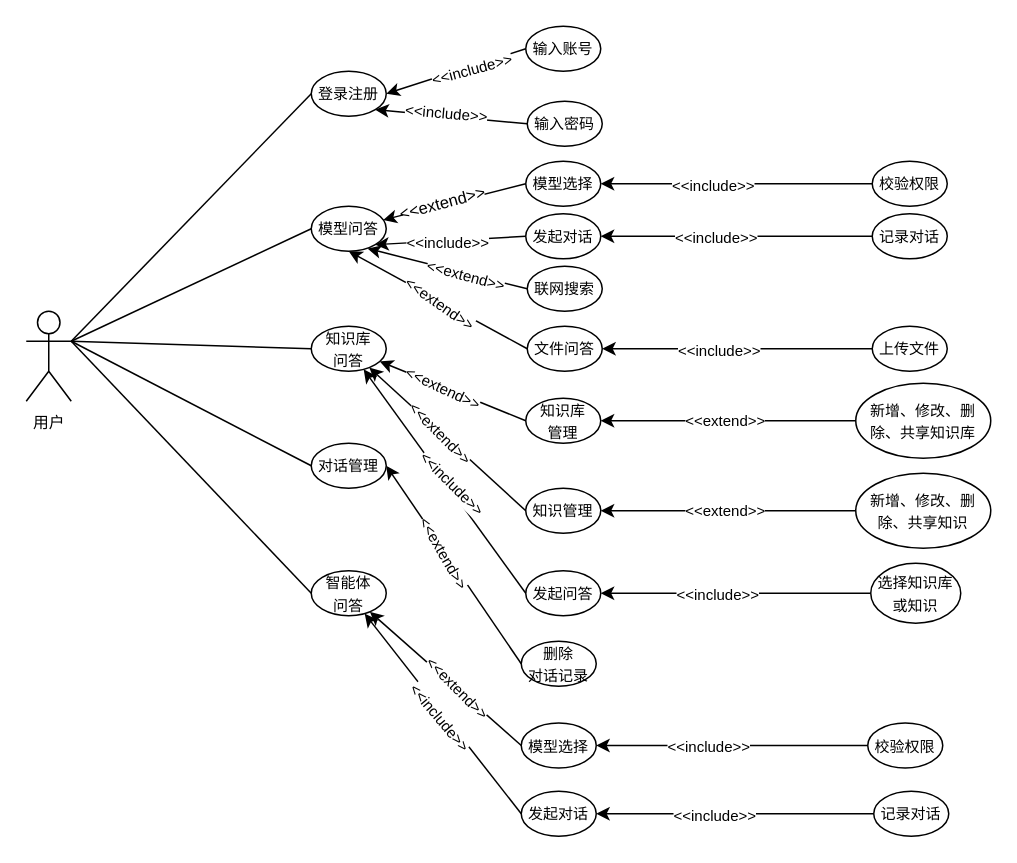
The draw.io diagram page "第 1 页" (1 of 3) of 用户用例图.drawio in Chentx1243/draw.io, before the edit. Source tidied: cells renumbered, new cells numbered last; positions are measured from the earlier drawing's top-left corner, leaving out a move shared by most shapes. Both pictures are drawn from the tidied source at 150%, with x=0, y=0 at pixel (26, 26).
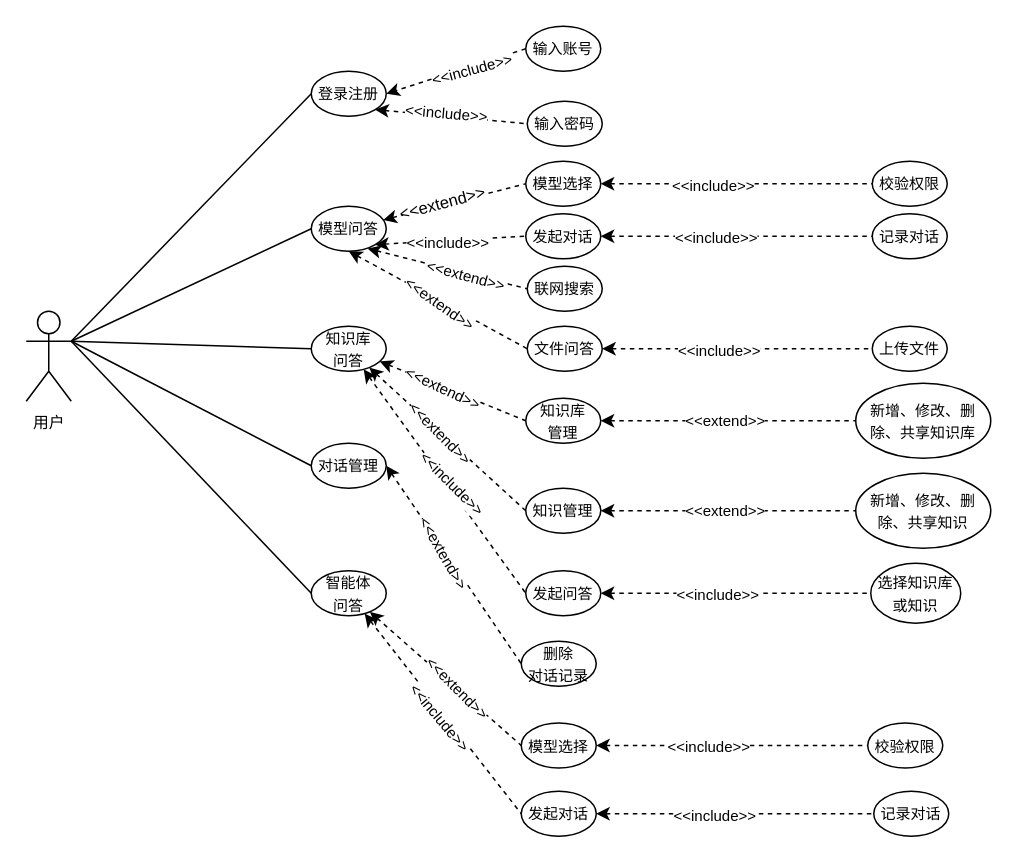
The same diagram, later.

Unchanged cells that the change refers to:
```xml
<mxCell id="2" style="group;" parent="1" vertex="1">
<mxCell id="11" value="&lt;font face=&quot;宋体&quot;&gt;&lt;span style=&quot;font-size: 10px;&quot;&gt;知识库&lt;/span&gt;&lt;/font&gt;&lt;div&gt;&lt;font face=&quot;宋体&quot;&gt;&lt;span style=&quot;font-size: 10px;&quot;&gt;管理&lt;/span&gt;&lt;/font&gt;&lt;/div&gt;" style="ellipse;whiteSpace=wrap;html=1;" parent="2" vertex="1">
<mxCell id="12" value="&lt;font face=&quot;宋体&quot;&gt;&lt;span style=&quot;font-size: 10px;&quot;&gt;知识管理&lt;/span&gt;&lt;/font&gt;" style="ellipse;whiteSpace=wrap;html=1;" parent="2" vertex="1">
<mxCell id="13" value="&lt;font face=&quot;宋体&quot;&gt;&lt;span style=&quot;font-size: 10px;&quot;&gt;发起问答&lt;/span&gt;&lt;/font&gt;" style="ellipse;whiteSpace=wrap;html=1;" parent="2" vertex="1">
<mxCell id="20" value="&lt;font face=&quot;宋体&quot;&gt;&lt;span style=&quot;font-size: 10px;&quot;&gt;知识库&lt;/span&gt;&lt;/font&gt;&lt;div&gt;&lt;font face=&quot;宋体&quot;&gt;&lt;span style=&quot;font-size: 10px;&quot;&gt;问答&lt;/span&gt;&lt;/font&gt;&lt;/div&gt;" style="ellipse;whiteSpace=wrap;html=1;" parent="2" vertex="1">
<mxCell id="21" value="&lt;font face=&quot;宋体&quot;&gt;&lt;span style=&quot;font-size: 10px;&quot;&gt;新增、修改、删除、共享知识库&lt;/span&gt;&lt;/font&gt;" style="ellipse;whiteSpace=wrap;html=1;" parent="2" vertex="1">
<mxCell id="22" value="&lt;font face=&quot;宋体&quot;&gt;&lt;span style=&quot;font-size: 10px;&quot;&gt;新增、修改、删除、共享知识&lt;/span&gt;&lt;/font&gt;" style="ellipse;whiteSpace=wrap;html=1;" parent="2" vertex="1">
<mxCell id="25" value="&lt;font face=&quot;宋体&quot;&gt;&lt;span style=&quot;font-size: 10px;&quot;&gt;选择知识库或知识&lt;/span&gt;&lt;/font&gt;" style="ellipse;whiteSpace=wrap;html=1;" parent="2" vertex="1">
<mxCell id="28" value="&lt;font face=&quot;宋体&quot;&gt;&lt;span style=&quot;font-size: 10px;&quot;&gt;对话管理&lt;/span&gt;&lt;/font&gt;" style="ellipse;whiteSpace=wrap;html=1;" parent="2" vertex="1">
<mxCell id="29" value="&lt;font face=&quot;宋体&quot;&gt;&lt;span style=&quot;font-size: 10px;&quot;&gt;删除&lt;/span&gt;&lt;/font&gt;&lt;div&gt;&lt;font face=&quot;宋体&quot;&gt;&lt;span style=&quot;font-size: 10px;&quot;&gt;对话记录&lt;/span&gt;&lt;/font&gt;&lt;/div&gt;" style="ellipse;whiteSpace=wrap;html=1;" parent="2" vertex="1">
<mxCell id="40" value="&lt;font face=&quot;宋体&quot;&gt;&lt;span style=&quot;font-size: 10px;&quot;&gt;模型问答&lt;/span&gt;&lt;/font&gt;" style="ellipse;whiteSpace=wrap;html=1;" parent="2" vertex="1">
<mxCell id="43" value="&lt;font face=&quot;宋体&quot;&gt;&lt;span style=&quot;font-size: 10px;&quot;&gt;模型选择&lt;/span&gt;&lt;/font&gt;" style="ellipse;whiteSpace=wrap;html=1;" parent="2" vertex="1">
<mxCell id="46" value="&lt;font face=&quot;宋体&quot;&gt;&lt;span style=&quot;font-size: 10px;&quot;&gt;发起对话&lt;/span&gt;&lt;/font&gt;" style="ellipse;whiteSpace=wrap;html=1;" parent="2" vertex="1">
<mxCell id="47" value="&lt;font face=&quot;宋体&quot;&gt;&lt;span style=&quot;font-size: 10px;&quot;&gt;联网搜索&lt;/span&gt;&lt;/font&gt;" style="ellipse;whiteSpace=wrap;html=1;" parent="2" vertex="1">
<mxCell id="50" value="&lt;font face=&quot;宋体&quot;&gt;&lt;span style=&quot;font-size: 10px;&quot;&gt;文件问答&lt;/span&gt;&lt;/font&gt;" style="ellipse;whiteSpace=wrap;html=1;" parent="2" vertex="1">
<mxCell id="51" value="&lt;font face=&quot;宋体&quot;&gt;&lt;span style=&quot;font-size: 10px;&quot;&gt;上传文件&lt;/span&gt;&lt;/font&gt;" style="ellipse;whiteSpace=wrap;html=1;" parent="2" vertex="1">
<mxCell id="52" value="&lt;font face=&quot;宋体&quot;&gt;&lt;span style=&quot;font-size: 10px;&quot;&gt;记录对话&lt;/span&gt;&lt;/font&gt;" style="ellipse;whiteSpace=wrap;html=1;" parent="2" vertex="1">
<mxCell id="53" value="&lt;font face=&quot;宋体&quot;&gt;&lt;span style=&quot;font-size: 10px;&quot;&gt;校验权限&lt;/span&gt;&lt;/font&gt;" style="ellipse;whiteSpace=wrap;html=1;" parent="2" vertex="1">
<mxCell id="58" value="&lt;font face=&quot;宋体&quot;&gt;&lt;span style=&quot;font-size: 10px;&quot;&gt;智能体&lt;/span&gt;&lt;/font&gt;&lt;div&gt;&lt;font face=&quot;宋体&quot;&gt;&lt;span style=&quot;font-size: 10px;&quot;&gt;问答&lt;/span&gt;&lt;/font&gt;&lt;/div&gt;" style="ellipse;whiteSpace=wrap;html=1;" parent="2" vertex="1">
<mxCell id="61" value="&lt;font face=&quot;宋体&quot;&gt;&lt;span style=&quot;font-size: 10px;&quot;&gt;发起对话&lt;/span&gt;&lt;/font&gt;" style="ellipse;whiteSpace=wrap;html=1;" parent="2" vertex="1">
<mxCell id="62" value="&lt;font face=&quot;宋体&quot;&gt;&lt;span style=&quot;font-size: 10px;&quot;&gt;记录对话&lt;/span&gt;&lt;/font&gt;" style="ellipse;whiteSpace=wrap;html=1;" parent="2" vertex="1">
<mxCell id="65" value="&lt;font face=&quot;宋体&quot;&gt;&lt;span style=&quot;font-size: 10px;&quot;&gt;模型选择&lt;/span&gt;&lt;/font&gt;" style="ellipse;whiteSpace=wrap;html=1;" parent="2" vertex="1">
<mxCell id="66" value="&lt;font face=&quot;宋体&quot;&gt;&lt;span style=&quot;font-size: 10px;&quot;&gt;校验权限&lt;/span&gt;&lt;/font&gt;" style="ellipse;whiteSpace=wrap;html=1;" parent="2" vertex="1">
<mxCell id="71" value="&lt;font face=&quot;宋体&quot;&gt;&lt;span style=&quot;font-size: 10px;&quot;&gt;登录注册&lt;/span&gt;&lt;/font&gt;" style="ellipse;whiteSpace=wrap;html=1;" parent="2" vertex="1">
<mxCell id="72" value="&lt;font face=&quot;宋体&quot;&gt;&lt;span style=&quot;font-size: 10px;&quot;&gt;输入账号&lt;/span&gt;&lt;/font&gt;" style="ellipse;whiteSpace=wrap;html=1;" parent="2" vertex="1">
<mxCell id="73" value="&lt;font face=&quot;宋体&quot; style=&quot;font-size: 10px;&quot;&gt;输入密码&lt;/font&gt;" style="ellipse;whiteSpace=wrap;html=1;" parent="2" vertex="1">
```

What changed in the source:
```diff
@@
-    <mxCell id="9" style="rounded=0;jettySize=auto;html=1;exitX=1;exitY=0.5;exitDx=0;exitDy=0;entryX=0;entryY=0.5;entryDx=0;entryDy=0;endArrow=none;endFill=0;startArrow=classic;startFill=1;" parent="2" edge="1" source="11" target="21">
+    <mxCell id="9" style="rounded=0;jettySize=auto;html=1;exitX=1;exitY=0.5;exitDx=0;exitDy=0;entryX=0;entryY=0.5;entryDx=0;entryDy=0;endArrow=none;endFill=0;startArrow=classic;startFill=1;dashed=1;" parent="2" edge="1" source="11" target="21">
       <mxGeometry relative="1" as="geometry" />
     </mxCell>
@@
-    <mxCell id="14" style="rounded=0;jettySize=auto;html=1;entryX=0;entryY=0.5;entryDx=0;entryDy=0;fontFamily=宋体;endArrow=none;endFill=0;startArrow=classic;startFill=1;" parent="2" edge="1" source="20" target="11">
+    <mxCell id="14" style="rounded=0;jettySize=auto;html=1;entryX=0;entryY=0.5;entryDx=0;entryDy=0;fontFamily=宋体;endArrow=none;endFill=0;startArrow=classic;startFill=1;dashed=1;" parent="2" edge="1" source="20" target="11">
       <mxGeometry relative="1" as="geometry" />
     </mxCell>
@@
-    <mxCell id="16" style="rounded=0;jettySize=auto;html=1;entryX=0;entryY=0.5;entryDx=0;entryDy=0;endArrow=none;endFill=0;startArrow=classic;startFill=1;" parent="2" edge="1" source="20" target="12">
+    <mxCell id="16" style="rounded=0;jettySize=auto;html=1;entryX=0;entryY=0.5;entryDx=0;entryDy=0;endArrow=none;endFill=0;startArrow=classic;startFill=1;dashed=1;" parent="2" edge="1" source="20" target="12">
       <mxGeometry relative="1" as="geometry" />
     </mxCell>
@@
-    <mxCell id="18" style="rounded=0;jettySize=auto;html=1;entryX=0;entryY=0.5;entryDx=0;entryDy=0;endArrow=none;endFill=0;startArrow=classic;startFill=1;" parent="2" edge="1" source="20" target="13">
+    <mxCell id="18" style="rounded=0;jettySize=auto;html=1;entryX=0;entryY=0.5;entryDx=0;entryDy=0;endArrow=none;endFill=0;startArrow=classic;startFill=1;dashed=1;" parent="2" edge="1" source="20" target="13">
       <mxGeometry relative="1" as="geometry" />
     </mxCell>
@@
-    <mxCell id="23" style="rounded=0;jettySize=auto;html=1;exitX=1;exitY=0.5;exitDx=0;exitDy=0;entryX=0;entryY=0.5;entryDx=0;entryDy=0;endArrow=none;endFill=0;startArrow=classic;startFill=1;" parent="2" edge="1" source="12" target="22">
+    <mxCell id="23" style="rounded=0;jettySize=auto;html=1;exitX=1;exitY=0.5;exitDx=0;exitDy=0;entryX=0;entryY=0.5;entryDx=0;entryDy=0;endArrow=none;endFill=0;startArrow=classic;startFill=1;dashed=1;" parent="2" edge="1" source="12" target="22">
       <mxGeometry relative="1" as="geometry" />
     </mxCell>
@@
-    <mxCell id="26" style="rounded=0;jettySize=auto;html=1;exitX=1;exitY=0.5;exitDx=0;exitDy=0;entryX=0;entryY=0.5;entryDx=0;entryDy=0;endArrow=none;endFill=0;startArrow=classic;startFill=1;" parent="2" edge="1" source="13" target="25">
+    <mxCell id="26" style="rounded=0;jettySize=auto;html=1;exitX=1;exitY=0.5;exitDx=0;exitDy=0;entryX=0;entryY=0.5;entryDx=0;entryDy=0;endArrow=none;endFill=0;startArrow=classic;startFill=1;dashed=1;" parent="2" edge="1" source="13" target="25">
       <mxGeometry relative="1" as="geometry" />
     </mxCell>
@@
-    <mxCell id="30" style="rounded=0;jettySize=auto;html=1;entryX=0;entryY=0.5;entryDx=0;entryDy=0;exitX=1;exitY=0.5;exitDx=0;exitDy=0;fontFamily=宋体;endArrow=none;endFill=0;startArrow=classic;startFill=1;" parent="2" edge="1" source="28" target="29">
+    <mxCell id="30" style="rounded=0;jettySize=auto;html=1;entryX=0;entryY=0.5;entryDx=0;entryDy=0;exitX=1;exitY=0.5;exitDx=0;exitDy=0;fontFamily=宋体;endArrow=none;endFill=0;startArrow=classic;startFill=1;dashed=1;" parent="2" edge="1" source="28" target="29">
       <mxGeometry relative="1" as="geometry" />
     </mxCell>
@@
-    <mxCell id="32" style="rounded=0;jettySize=auto;html=1;entryX=0;entryY=0.5;entryDx=0;entryDy=0;fontFamily=宋体;endArrow=none;endFill=0;startArrow=classic;startFill=1;" parent="2" edge="1" source="40" target="43">
+    <mxCell id="32" style="rounded=0;jettySize=auto;html=1;entryX=0;entryY=0.5;entryDx=0;entryDy=0;fontFamily=宋体;endArrow=none;endFill=0;startArrow=classic;startFill=1;dashed=1;" parent="2" edge="1" source="40" target="43">
       <mxGeometry relative="1" as="geometry" />
     </mxCell>
@@
-    <mxCell id="34" style="rounded=0;jettySize=auto;html=1;exitX=1;exitY=1;exitDx=0;exitDy=0;entryX=0;entryY=0.5;entryDx=0;entryDy=0;endArrow=none;endFill=0;startArrow=classic;startFill=1;" parent="2" edge="1" source="40" target="46">
+    <mxCell id="34" style="rounded=0;jettySize=auto;html=1;exitX=1;exitY=1;exitDx=0;exitDy=0;entryX=0;entryY=0.5;entryDx=0;entryDy=0;endArrow=none;endFill=0;startArrow=classic;startFill=1;dashed=1;" parent="2" edge="1" source="40" target="46">
       <mxGeometry relative="1" as="geometry" />
     </mxCell>
@@
-    <mxCell id="36" style="rounded=0;jettySize=auto;html=1;exitX=0.75;exitY=0.939;exitDx=0;exitDy=0;entryX=0;entryY=0.5;entryDx=0;entryDy=0;exitPerimeter=0;endArrow=none;endFill=0;startArrow=classic;startFill=1;" parent="2" edge="1" source="40" target="47">
+    <mxCell id="36" style="rounded=0;jettySize=auto;html=1;exitX=0.75;exitY=0.939;exitDx=0;exitDy=0;entryX=0;entryY=0.5;entryDx=0;entryDy=0;exitPerimeter=0;endArrow=none;endFill=0;startArrow=classic;startFill=1;dashed=1;" parent="2" edge="1" source="40" target="47">
       <mxGeometry relative="1" as="geometry" />
     </mxCell>
@@
-    <mxCell id="38" style="rounded=0;jettySize=auto;html=1;exitX=0.5;exitY=1;exitDx=0;exitDy=0;entryX=0;entryY=0.5;entryDx=0;entryDy=0;endArrow=none;endFill=0;startArrow=classic;startFill=1;" parent="2" edge="1" source="40" target="50">
+    <mxCell id="38" style="rounded=0;jettySize=auto;html=1;exitX=0.5;exitY=1;exitDx=0;exitDy=0;entryX=0;entryY=0.5;entryDx=0;entryDy=0;endArrow=none;endFill=0;startArrow=classic;startFill=1;dashed=1;" parent="2" edge="1" source="40" target="50">
       <mxGeometry relative="1" as="geometry" />
     </mxCell>
@@
-    <mxCell id="41" style="edgeStyle=orthogonalEdgeStyle;rounded=0;jettySize=auto;html=1;endArrow=none;endFill=0;startArrow=classic;startFill=1;" parent="2" edge="1" source="43" target="53">
+    <mxCell id="41" style="edgeStyle=orthogonalEdgeStyle;rounded=0;jettySize=auto;html=1;endArrow=none;endFill=0;startArrow=classic;startFill=1;dashed=1;" parent="2" edge="1" source="43" target="53">
       <mxGeometry relative="1" as="geometry" />
     </mxCell>
@@
-    <mxCell id="44" style="edgeStyle=orthogonalEdgeStyle;rounded=0;jettySize=auto;html=1;endArrow=none;endFill=0;startArrow=classic;startFill=1;" parent="2" edge="1" source="46" target="52">
+    <mxCell id="44" style="edgeStyle=orthogonalEdgeStyle;rounded=0;jettySize=auto;html=1;endArrow=none;endFill=0;startArrow=classic;startFill=1;dashed=1;" parent="2" edge="1" source="46" target="52">
       <mxGeometry relative="1" as="geometry" />
     </mxCell>
@@
-    <mxCell id="48" style="edgeStyle=orthogonalEdgeStyle;rounded=0;jettySize=auto;html=1;endArrow=none;endFill=0;startArrow=classic;startFill=1;" parent="2" edge="1" source="50" target="51">
+    <mxCell id="48" style="edgeStyle=orthogonalEdgeStyle;rounded=0;jettySize=auto;html=1;endArrow=none;endFill=0;startArrow=classic;startFill=1;dashed=1;" parent="2" edge="1" source="50" target="51">
       <mxGeometry relative="1" as="geometry" />
     </mxCell>
@@
-    <mxCell id="54" style="rounded=0;jettySize=auto;html=1;entryX=0;entryY=0.5;entryDx=0;entryDy=0;endArrow=none;endFill=0;startArrow=classic;startFill=1;" parent="2" edge="1" source="58" target="65">
+    <mxCell id="54" style="rounded=0;jettySize=auto;html=1;entryX=0;entryY=0.5;entryDx=0;entryDy=0;endArrow=none;endFill=0;startArrow=classic;startFill=1;dashed=1;" parent="2" edge="1" source="58" target="65">
       <mxGeometry relative="1" as="geometry" />
     </mxCell>
@@
-    <mxCell id="56" style="rounded=0;jettySize=auto;html=1;entryX=0;entryY=0.5;entryDx=0;entryDy=0;endArrow=none;endFill=0;startArrow=classic;startFill=1;" parent="2" edge="1" source="58" target="61">
+    <mxCell id="56" style="rounded=0;jettySize=auto;html=1;entryX=0;entryY=0.5;entryDx=0;entryDy=0;endArrow=none;endFill=0;startArrow=classic;startFill=1;dashed=1;" parent="2" edge="1" source="58" target="61">
       <mxGeometry relative="1" as="geometry" />
     </mxCell>
@@
-    <mxCell id="59" style="edgeStyle=orthogonalEdgeStyle;rounded=0;jettySize=auto;html=1;endArrow=none;endFill=0;startArrow=classic;startFill=1;" parent="2" edge="1" source="61" target="62">
+    <mxCell id="59" style="edgeStyle=orthogonalEdgeStyle;rounded=0;jettySize=auto;html=1;endArrow=none;endFill=0;startArrow=classic;startFill=1;dashed=1;" parent="2" edge="1" source="61" target="62">
       <mxGeometry relative="1" as="geometry" />
     </mxCell>
@@
-    <mxCell id="63" style="edgeStyle=orthogonalEdgeStyle;rounded=0;jettySize=auto;html=1;endArrow=none;endFill=0;startArrow=classic;startFill=1;" parent="2" edge="1" source="65" target="66">
+    <mxCell id="63" style="edgeStyle=orthogonalEdgeStyle;rounded=0;jettySize=auto;html=1;endArrow=none;endFill=0;startArrow=classic;startFill=1;dashed=1;" parent="2" edge="1" source="65" target="66">
       <mxGeometry relative="1" as="geometry" />
     </mxCell>
@@
-    <mxCell id="67" style="rounded=0;jettySize=auto;html=1;fontFamily=宋体;exitX=0;exitY=0.5;exitDx=0;exitDy=0;entryX=1;entryY=0.5;entryDx=0;entryDy=0;" parent="2" edge="1" source="72" target="71">
+    <mxCell id="67" style="rounded=0;jettySize=auto;html=1;fontFamily=宋体;exitX=0;exitY=0.5;exitDx=0;exitDy=0;entryX=1;entryY=0.5;entryDx=0;entryDy=0;dashed=1;" parent="2" edge="1" source="72" target="71">
       <mxGeometry relative="1" as="geometry" />
     </mxCell>
@@
-    <mxCell id="69" style="rounded=0;jettySize=auto;html=1;exitX=1;exitY=1;exitDx=0;exitDy=0;entryX=0;entryY=0.5;entryDx=0;entryDy=0;endArrow=none;endFill=0;startArrow=classic;startFill=1;" parent="2" edge="1" source="71" target="73">
+    <mxCell id="69" style="rounded=0;jettySize=auto;html=1;exitX=1;exitY=1;exitDx=0;exitDy=0;entryX=0;entryY=0.5;entryDx=0;entryDy=0;endArrow=none;endFill=0;startArrow=classic;startFill=1;dashed=1;" parent="2" edge="1" source="71" target="73">
       <mxGeometry relative="1" as="geometry" />
     </mxCell>
```
